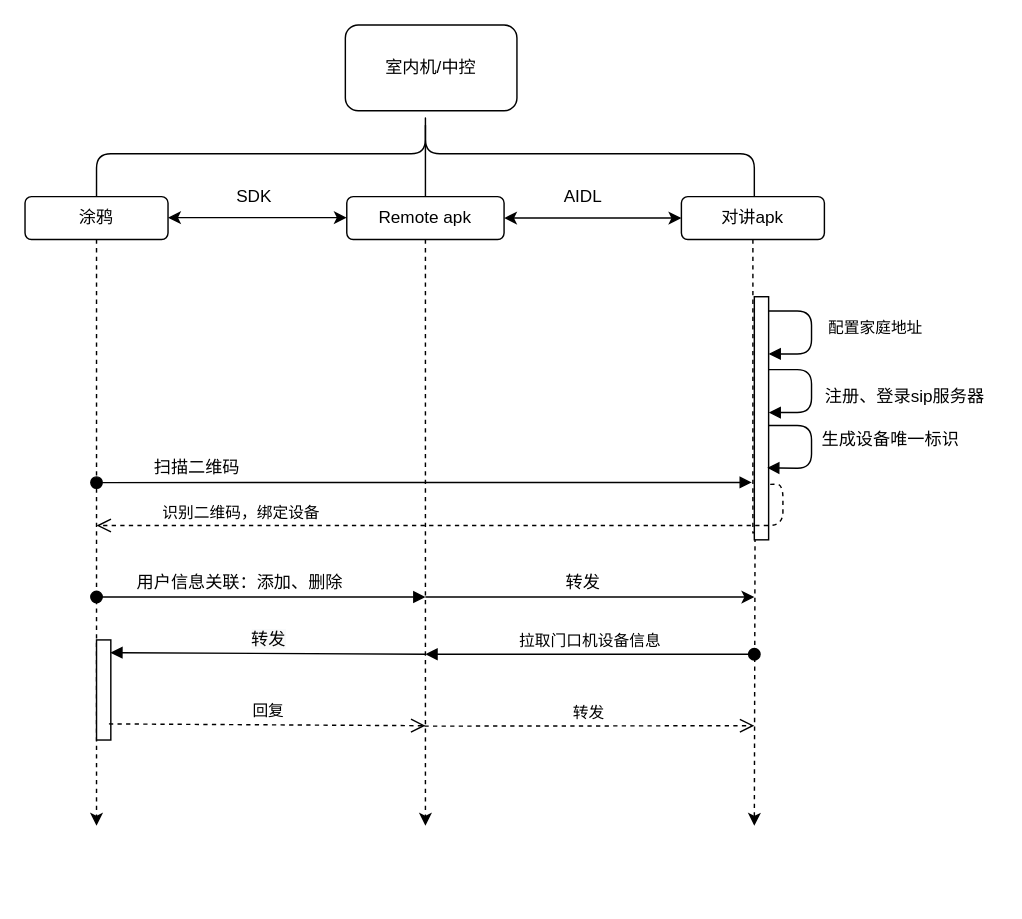
Before: source/sipSetting.drawio in cocodx/diagrams, a draw.io diagram. Source tidied: cells renumbered, new cells numbered last; positions are measured from the earlier drawing's top-left corner, leaving out a move shared by most shapes. Both pictures are drawn from the tidied source at 143%, with x=0, y=0 at pixel (24, -176).
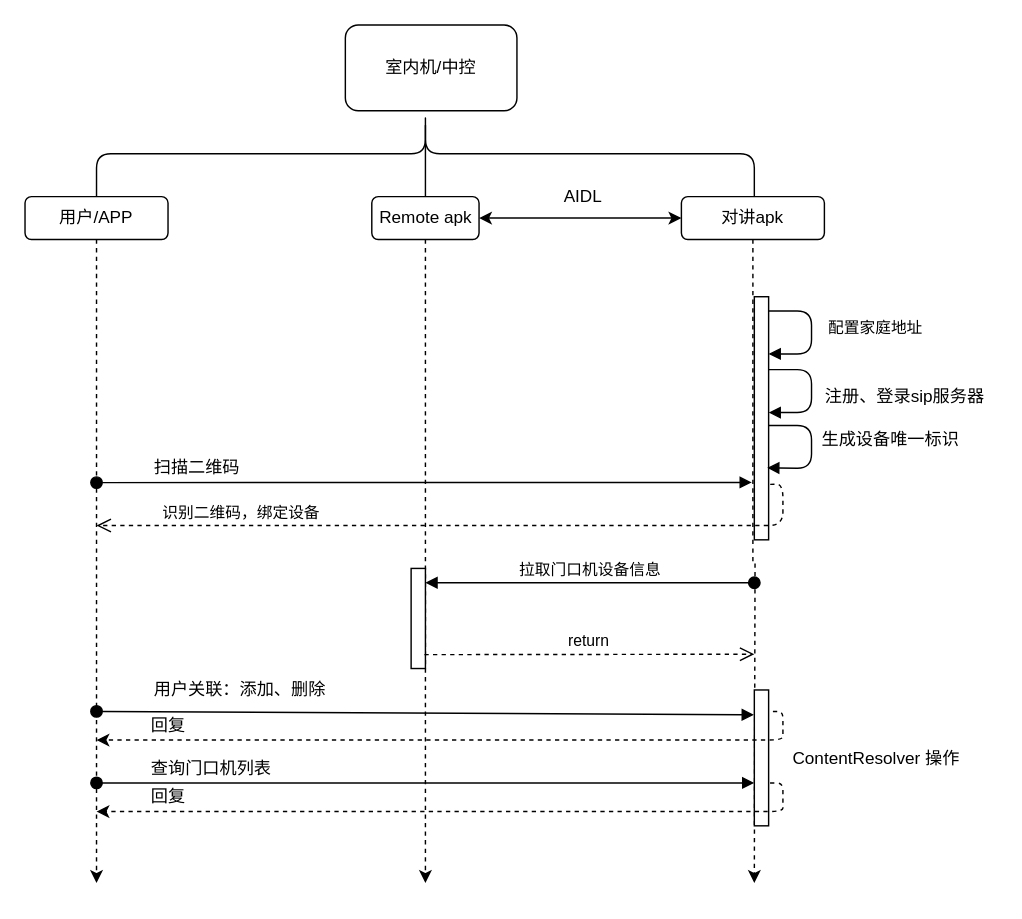
The same diagram, later.

Unchanged cells that the change refers to:
```xml
<mxCell id="4" value="对讲apk" style="rounded=1;whiteSpace=wrap;html=1;" parent="1" vertex="1">
  <mxGeometry x="459" y="260" width="100" height="30" as="geometry" />
</mxCell>
```

The edit, as a diff of the source:
```diff
@@
     <mxCell id="3" style="edgeStyle=orthogonalEdgeStyle;rounded=0;jettySize=auto;html=1;dashed=1;" parent="1" edge="1" source="4">
       <mxGeometry relative="1" as="geometry">
-        <mxPoint x="510" y="700" as="targetPoint" />
+        <mxPoint x="510" y="740" as="targetPoint" />
       </mxGeometry>
     </mxCell>
@@
     <mxCell id="5" style="edgeStyle=orthogonalEdgeStyle;rounded=0;jettySize=auto;html=1;dashed=1;" parent="1" edge="1" source="6">
       <mxGeometry relative="1" as="geometry">
-        <mxPoint x="50" y="700" as="targetPoint" />
+        <mxPoint x="50" y="740" as="targetPoint" />
       </mxGeometry>
     </mxCell>
-    <mxCell id="6" value="涂鸦" style="rounded=1;whiteSpace=wrap;html=1;" parent="1" vertex="1">
+    <mxCell id="6" value="用户/APP" style="rounded=1;whiteSpace=wrap;html=1;" parent="1" vertex="1">
       <mxGeometry y="260" width="100" height="30" as="geometry" />
     </mxCell>
     <mxCell id="7" style="edgeStyle=orthogonalEdgeStyle;rounded=0;jettySize=auto;html=1;dashed=1;" parent="1" edge="1" source="8">
       <mxGeometry relative="1" as="geometry">
-        <mxPoint x="280" y="700" as="targetPoint" />
+        <mxPoint x="280" y="740" as="targetPoint" />
       </mxGeometry>
     </mxCell>
     <mxCell id="8" value="Remote apk" style="rounded=1;whiteSpace=wrap;html=1;" parent="1" vertex="1">
-      <mxGeometry x="225" y="260" width="110" height="30" as="geometry" />
+      <mxGeometry x="242.5" y="260" width="75" height="30" as="geometry" />
     </mxCell>
@@
-    <mxCell id="12" style="endArrow=classic;startArrow=classic;html=1;entryX=0;entryY=0.5;entryDx=0;entryDy=0;exitX=1;exitY=0.5;exitDx=0;exitDy=0;" parent="1" edge="1">
-      <mxGeometry relative="1" as="geometry">
-        <mxPoint x="100" y="274.7" as="sourcePoint" />
-        <mxPoint x="225" y="274.7" as="targetPoint" />
-      </mxGeometry>
-    </mxCell>
@@
-    <mxCell id="14" value="SDK" style="text;html=1;align=center;verticalAlign=middle;" parent="1" vertex="1">
-      <mxGeometry x="140" y="250" width="40" height="20" as="geometry" />
-    </mxCell>
@@
-    <mxCell id="25" style="html=1;verticalAlign=bottom;startArrow=oval;startFill=1;endArrow=block;startSize=8;" parent="1" edge="1">
+    <mxCell id="25" style="html=1;verticalAlign=bottom;startArrow=oval;startFill=1;endArrow=block;startSize=8;entryX=-0.033;entryY=0.183;entryDx=0;entryDy=0;entryPerimeter=0;" parent="1" edge="1" target="34">
       <mxGeometry x="-0.09" relative="1" as="geometry">
-        <mxPoint x="50" y="540" as="sourcePoint" />
-        <mxPoint x="280" y="540" as="targetPoint" />
+        <mxPoint x="50" y="620" as="sourcePoint" />
       </mxGeometry>
     </mxCell>
-    <mxCell id="26" style="endArrow=classic;html=1;" parent="1" edge="1">
-      <mxGeometry relative="1" as="geometry">
-        <mxPoint x="280" y="540" as="sourcePoint" />
-        <mxPoint x="510" y="540" as="targetPoint" />
-      </mxGeometry>
-    </mxCell>
-    <mxCell id="27" value="用户信息关联：添加、删除" style="text;html=1;align=center;verticalAlign=middle;" parent="1" vertex="1">
-      <mxGeometry x="70" y="520" width="160" height="20" as="geometry" />
+    <mxCell id="27" value="用户关联：添加、删除" style="text;html=1;align=center;verticalAlign=middle;" parent="1" vertex="1">
+      <mxGeometry x="80" y="595" width="140" height="20" as="geometry" />
     </mxCell>
-    <mxCell id="28" value="转发" style="text;html=1;align=center;verticalAlign=middle;" parent="1" vertex="1">
-      <mxGeometry x="370" y="520" width="40" height="20" as="geometry" />
-    </mxCell>
     <mxCell id="29" value="拉取门口机设备信息" style="html=1;verticalAlign=bottom;startArrow=oval;startFill=1;endArrow=block;startSize=8;" parent="1" edge="1">
       <mxGeometry relative="1" as="geometry">
-        <mxPoint x="510" y="580" as="sourcePoint" />
-        <mxPoint x="280" y="580" as="targetPoint" />
+        <mxPoint x="510" y="530" as="sourcePoint" />
+        <mxPoint x="280" y="530" as="targetPoint" />
       </mxGeometry>
     </mxCell>
     <mxCell id="30" style="html=1;points=[];perimeter=orthogonalPerimeter;strokeWidth=1;" parent="1" vertex="1">
-      <mxGeometry x="50" y="570" width="10" height="70" as="geometry" />
+      <mxGeometry x="270" y="520" width="10" height="70" as="geometry" />
     </mxCell>
-    <mxCell id="31" value="&lt;span style=&quot;font-size: 12px ; background-color: rgb(248 , 249 , 250)&quot;&gt;转发&lt;/span&gt;" style="html=1;verticalAlign=bottom;endArrow=block;entryX=0.967;entryY=0.127;entryDx=0;entryDy=0;entryPerimeter=0;" parent="1" edge="1" target="30">
-      <mxGeometry relative="1" as="geometry">
-        <mxPoint x="280" y="580" as="sourcePoint" />
-      </mxGeometry>
-    </mxCell>
-    <mxCell id="32" value="回复" style="html=1;verticalAlign=bottom;endArrow=open;dashed=1;endSize=8;exitX=0.867;exitY=0.839;exitDx=0;exitDy=0;exitPerimeter=0;" parent="1" edge="1" source="30">
-      <mxGeometry relative="1" as="geometry">
-        <mxPoint x="280" y="630" as="targetPoint" />
-      </mxGeometry>
-    </mxCell>
-    <mxCell id="33" value="转发" style="html=1;verticalAlign=bottom;endArrow=open;dashed=1;endSize=8;exitX=0.867;exitY=0.839;exitDx=0;exitDy=0;exitPerimeter=0;" parent="1" edge="1">
+    <mxCell id="33" value="return" style="html=1;verticalAlign=bottom;endArrow=open;dashed=1;endSize=8;exitX=0.867;exitY=0.839;exitDx=0;exitDy=0;exitPerimeter=0;" parent="1" edge="1">
       <mxGeometry relative="1" as="geometry">
-        <mxPoint x="279.3" y="630.3" as="sourcePoint" />
-        <mxPoint x="510" y="630" as="targetPoint" />
+        <mxPoint x="279.3" y="580.3" as="sourcePoint" />
+        <mxPoint x="510" y="580" as="targetPoint" />
       </mxGeometry>
     </mxCell>
+    <mxCell id="34" style="html=1;points=[];perimeter=orthogonalPerimeter;strokeWidth=1;" parent="1" vertex="1">
+      <mxGeometry x="510" y="605" width="10" height="95" as="geometry" />
+    </mxCell>
+    <mxCell id="35" value="ContentResolver 操作" style="text;html=1;align=center;verticalAlign=middle;" parent="1" vertex="1">
+      <mxGeometry x="530" y="642.5" width="130" height="20" as="geometry" />
+    </mxCell>
+    <mxCell id="36" style="endArrow=classic;html=1;dashed=1;" parent="1" edge="1">
+      <mxGeometry relative="1" as="geometry">
+        <mxPoint x="523" y="620" as="sourcePoint" />
+        <mxPoint x="50" y="640" as="targetPoint" />
+        <Array as="points">
+          <mxPoint x="530" y="620" />
+          <mxPoint x="530" y="630" />
+          <mxPoint x="530" y="640" />
+        </Array>
+      </mxGeometry>
+    </mxCell>
+    <mxCell id="37" value="回复" style="text;html=1;align=center;verticalAlign=middle;" parent="1" vertex="1">
+      <mxGeometry x="80" y="620" width="40" height="20" as="geometry" />
+    </mxCell>
+    <mxCell id="38" style="html=1;verticalAlign=bottom;startArrow=oval;startFill=1;endArrow=block;startSize=8;" parent="1" edge="1" target="34">
+      <mxGeometry x="-0.67" y="-20" relative="1" as="geometry">
+        <mxPoint x="50" y="670" as="sourcePoint" />
+      </mxGeometry>
+    </mxCell>
+    <mxCell id="39" style="endArrow=classic;html=1;dashed=1;" parent="1" edge="1">
+      <mxGeometry relative="1" as="geometry">
+        <mxPoint x="521" y="670" as="sourcePoint" />
+        <mxPoint x="50" y="690" as="targetPoint" />
+        <Array as="points">
+          <mxPoint x="530" y="670" />
+          <mxPoint x="530" y="680" />
+          <mxPoint x="530" y="690" />
+        </Array>
+      </mxGeometry>
+    </mxCell>
+    <mxCell id="40" value="查询门口机列表" style="text;html=1;align=center;verticalAlign=middle;" parent="1" vertex="1">
+      <mxGeometry x="80" y="650" width="100" height="20" as="geometry" />
+    </mxCell>
+    <mxCell id="41" value="回复" style="text;html=1;align=center;verticalAlign=middle;" parent="1" vertex="1">
+      <mxGeometry x="80" y="670" width="40" height="20" as="geometry" />
+    </mxCell>
```
